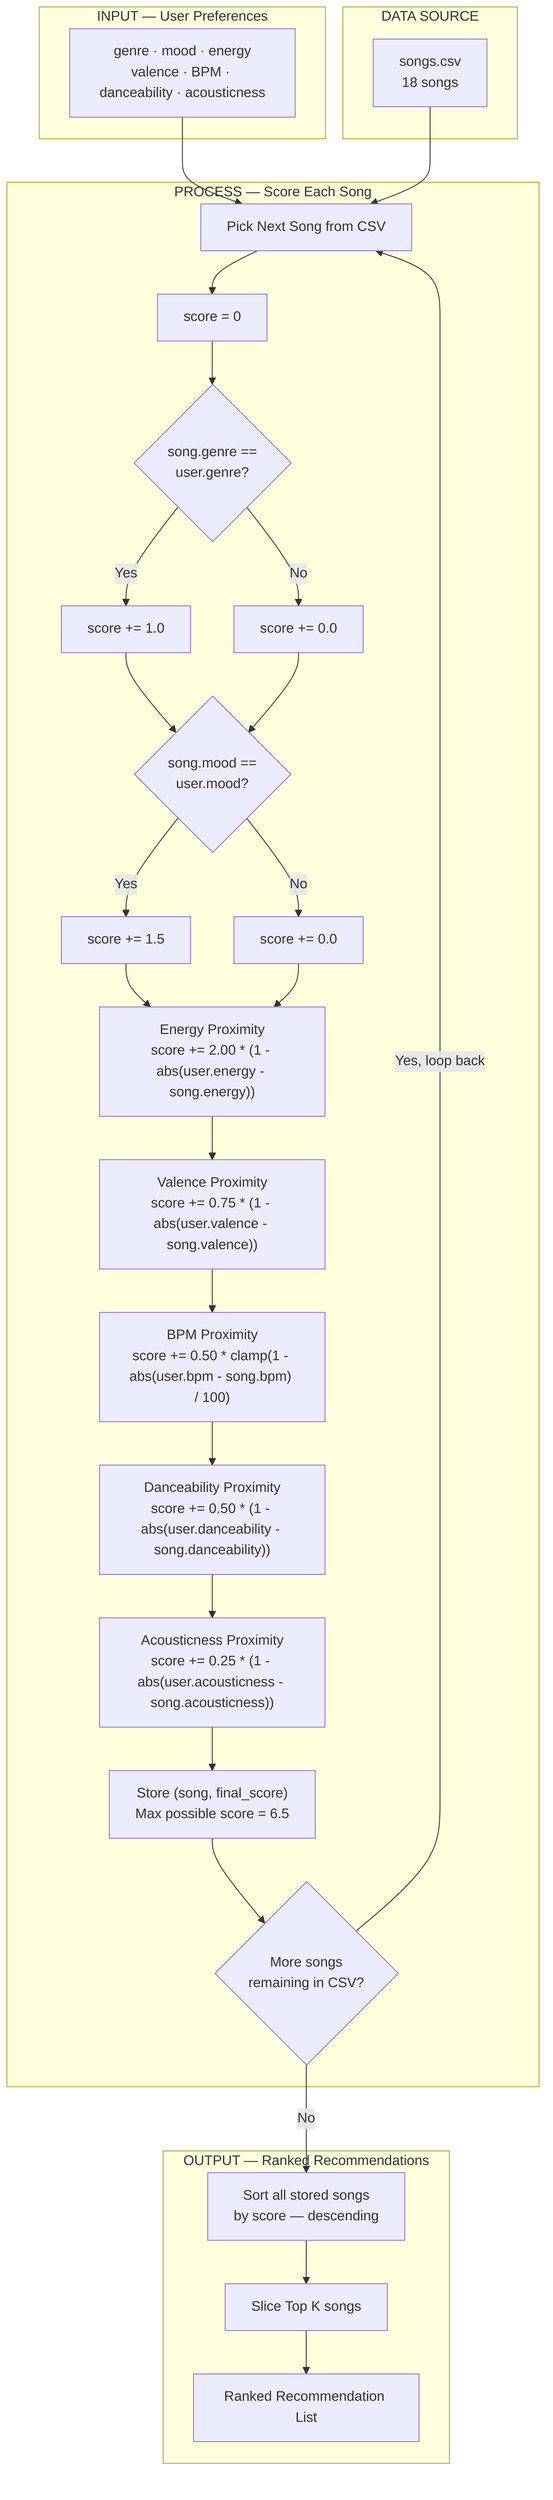
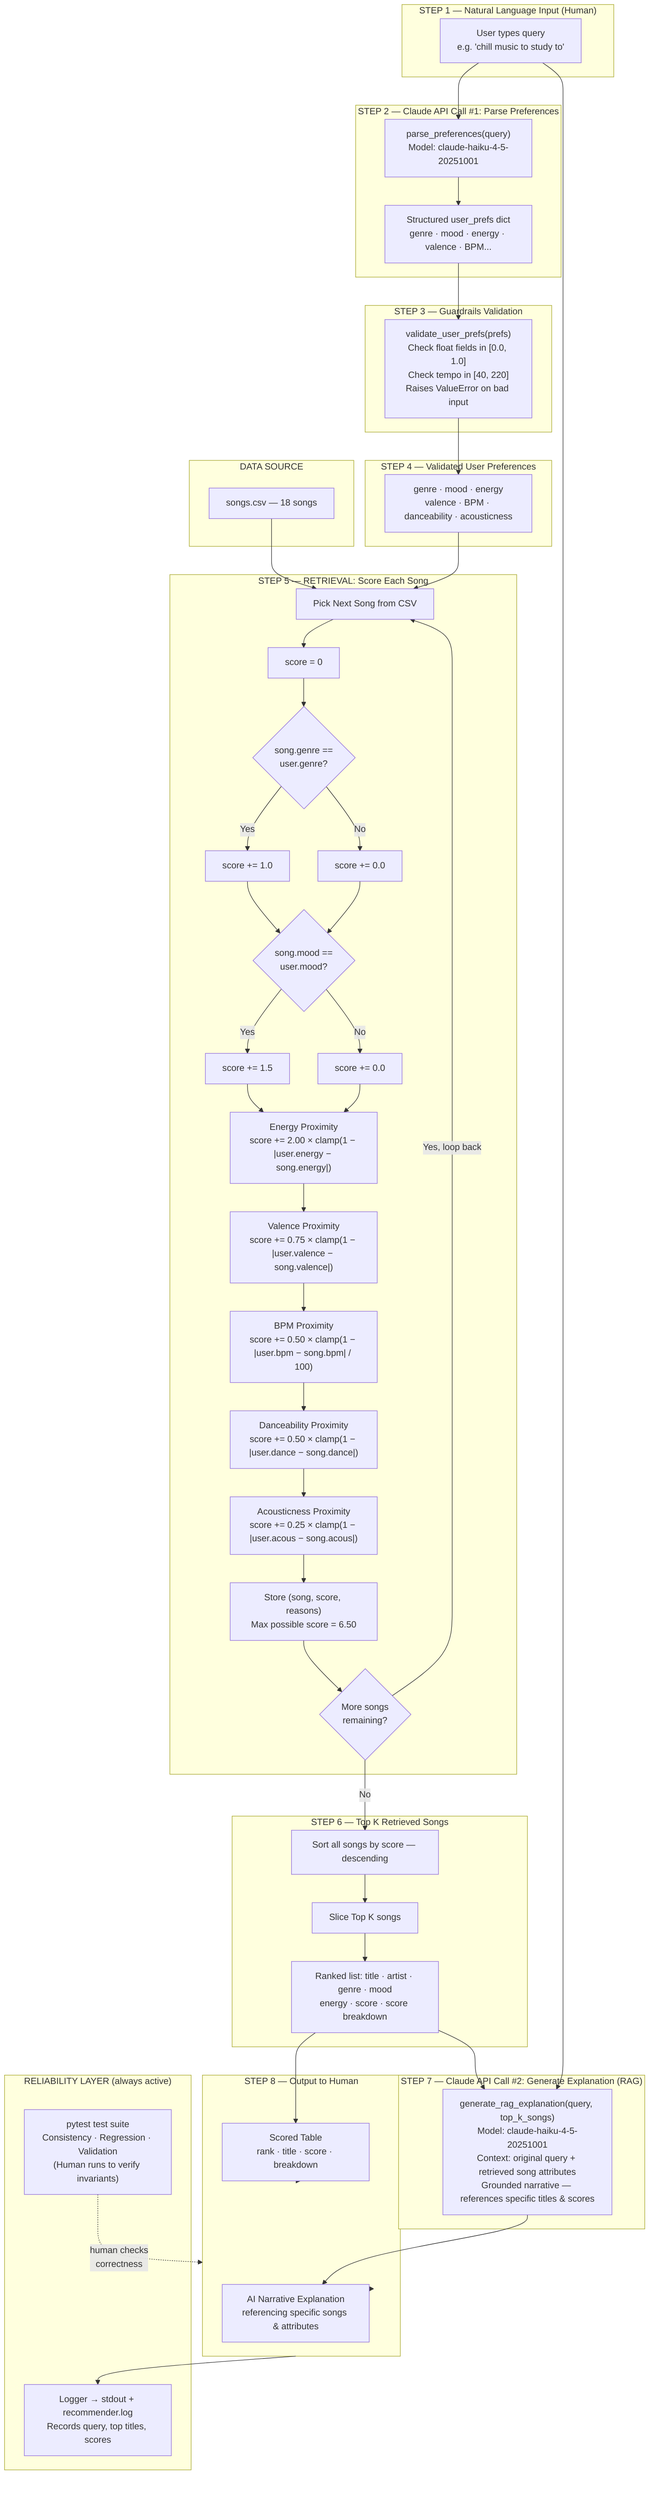
flowchart TD

-     subgraph INPUT["INPUT — User Preferences"]
+     subgraph NL_INPUT["STEP 1 — Natural Language Input (Human)"]
+         A0["User types query\ne.g. 'chill music to study to'"]
+     end
+ 
+     subgraph PARSE["STEP 2 — Claude API Call #1: Parse Preferences"]
+         A1["parse_preferences(query)\nModel: claude-haiku-4-5-20251001"]
+         A2["Structured user_prefs dict\ngenre · mood · energy · valence · BPM..."]
+     end
+ 
+     subgraph GUARD["STEP 3 — Guardrails Validation"]
+         A3["validate_user_prefs(prefs)\nCheck float fields in [0.0, 1.0]\nCheck tempo in [40, 220]\nRaises ValueError on bad input"]
+     end
+ 
+     subgraph INPUT["STEP 4 — Validated User Preferences"]
        A["genre · mood · energy\nvalence · BPM · danceability · acousticness"]
    end

    subgraph SOURCE["DATA SOURCE"]
-         B["songs.csv\n18 songs"]
+         B["songs.csv — 18 songs"]
    end

-     subgraph PROCESS["PROCESS — Score Each Song"]
+     subgraph PROCESS["STEP 5 — RETRIEVAL: Score Each Song"]
        C["Pick Next Song from CSV"]
        D["score = 0"]

        E{"song.genre ==\nuser.genre?"}
        F["score += 1.0"]
        G["score += 0.0"]

        H{"song.mood ==\nuser.mood?"}
        I["score += 1.5"]
        J["score += 0.0"]

-         K["Energy Proximity\nscore += 2.00 * (1 - abs(user.energy - song.energy))"]
-         L["Valence Proximity\nscore += 0.75 * (1 - abs(user.valence - song.valence))"]
-         M["BPM Proximity\nscore += 0.50 * clamp(1 - abs(user.bpm - song.bpm) / 100)"]
-         N["Danceability Proximity\nscore += 0.50 * (1 - abs(user.danceability - song.danceability))"]
-         O["Acousticness Proximity\nscore += 0.25 * (1 - abs(user.acousticness - song.acousticness))"]
+         K["Energy Proximity\nscore += 2.00 × clamp(1 − |user.energy − song.energy|)"]
+         L["Valence Proximity\nscore += 0.75 × clamp(1 − |user.valence − song.valence|)"]
+         M["BPM Proximity\nscore += 0.50 × clamp(1 − |user.bpm − song.bpm| / 100)"]
+         N["Danceability Proximity\nscore += 0.50 × clamp(1 − |user.dance − song.dance|)"]
+         O["Acousticness Proximity\nscore += 0.25 × clamp(1 − |user.acous − song.acous|)"]

-         P["Store (song, final_score)\nMax possible score = 6.5"]
+         P["Store (song, score, reasons)\nMax possible score = 6.50"]

-         Q{"More songs\nremaining in CSV?"}
+         Q{"More songs\nremaining?"}
    end

-     subgraph OUTPUT["OUTPUT — Ranked Recommendations"]
-         R["Sort all stored songs\nby score — descending"]
+     subgraph RETRIEVE["STEP 6 — Top K Retrieved Songs"]
+         R["Sort all songs by score — descending"]
        S["Slice Top K songs"]
-         T["Ranked Recommendation List"]
+         T["Ranked list: title · artist · genre · mood\nenergy · score · score breakdown"]
    end
+ 
+     subgraph EXPLAIN["STEP 7 — Claude API Call #2: Generate Explanation (RAG)"]
+         U["generate_rag_explanation(query, top_k_songs)\nModel: claude-haiku-4-5-20251001\nContext: original query + retrieved song attributes\nGrounded narrative — references specific titles & scores"]
+     end
+ 
+     subgraph OUTPUT["STEP 8 — Output to Human"]
+         V["Scored Table\nrank · title · score · breakdown"]
+         W["AI Narrative Explanation\nreferencing specific songs & attributes"]
+     end
+ 
+     subgraph RELIABILITY["RELIABILITY LAYER (always active)"]
+         LOG["Logger → stdout + recommender.log\nRecords query, top titles, scores"]
+         TESTS["pytest test suite\nConsistency · Regression · Validation\n(Human runs to verify invariants)"]
+     end
+ 
+     A0 --> A1
+     A1 --> A2
+     A2 --> A3
+     A3 --> A

    A --> C
    B --> C
-     C --> D
-     D --> E
+     C --> D --> E

-     E -- "Yes" --> F
-     E -- "No"  --> G
-     F --> H
-     G --> H
+     E -- "Yes" --> F --> H
+     E -- "No"  --> G --> H

-     H -- "Yes" --> I
-     H -- "No"  --> J
-     I --> K
-     J --> K
+     H -- "Yes" --> I --> K
+     H -- "No"  --> J --> K

-     K --> L
-     L --> M
-     M --> N
-     N --> O
-     O --> P
+     K --> L --> M --> N --> O --> P --> Q
+     Q -- "Yes, loop back" --> C
+     Q -- "No"             --> R --> S --> T

-     P --> Q
-     Q -- "Yes, loop back" --> C
-     Q -- "No"             --> R
+     T --> V
+     T --> U
+     A0 --> U
+     U --> W

-     R --> S
-     S --> T
+     V --> OUTPUT
+     W --> OUTPUT
+ 
+     OUTPUT --> LOG
+     TESTS -.->|"human checks\ncorrectness"| OUTPUT
